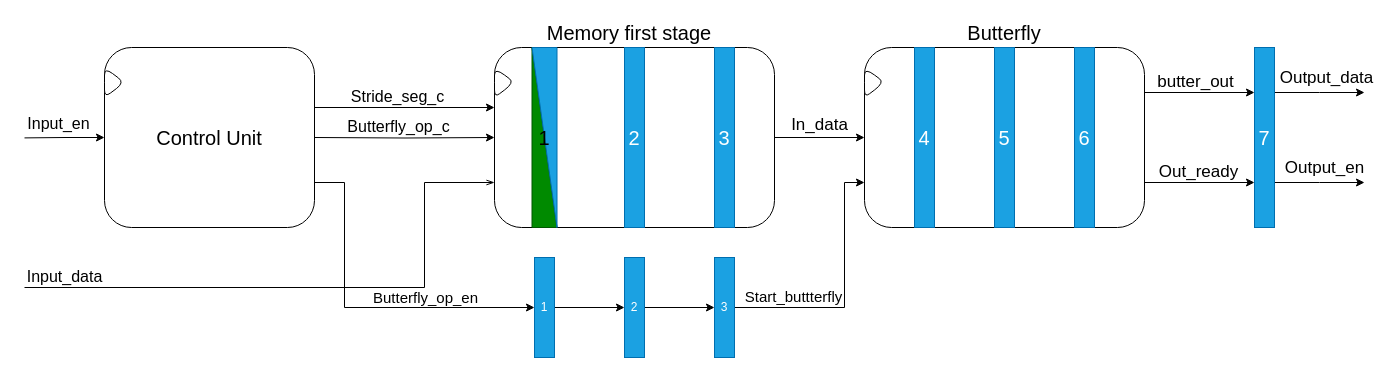
Before: Plots_draw/Split_radix_draws/first_stage_diagram.drawio in Chzerdalis/FFT_hardware_accelarator, a draw.io diagram. Source tidied: cells renumbered, new cells numbered last; positions are measured from the earlier drawing's top-left corner, leaving out a move shared by most shapes. Both pictures are drawn from the tidied source at 100%, with x=0, y=0 at pixel (24, 17).
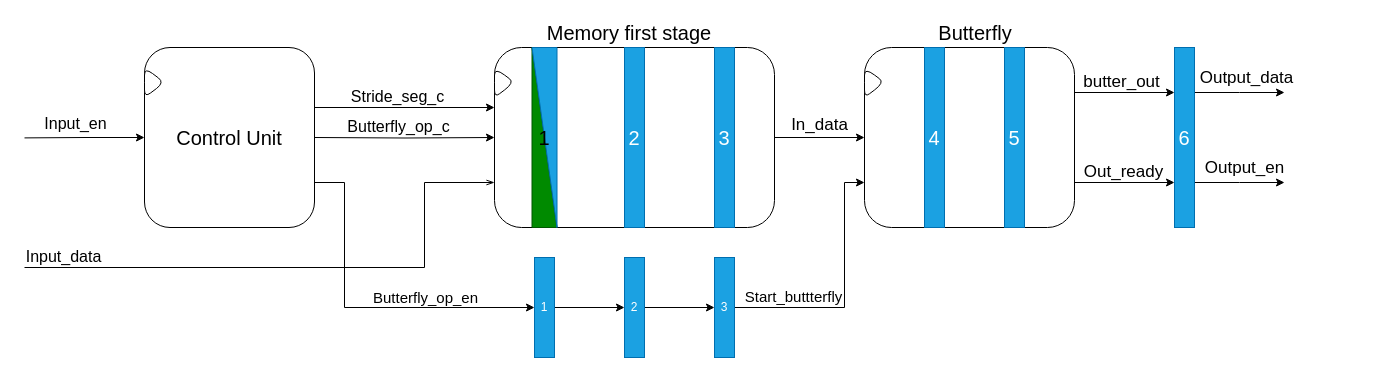
After the change.

Unchanged cells that the change refers to:
```xml
<mxCell id="14" style="rounded=1;whiteSpace=wrap;html=1;points=[[0,0,0,0,0],[0,0.25,0,0,0],[0,0.41,0,0,0],[0,0.58,0,0,0],[0,0.75,0,0,0],[0,1,0,0,0],[0.25,0,0,0,0],[0.25,1,0,0,0],[0.5,0,0,0,0],[0.5,1,0,0,0],[0.75,0,0,0,0],[0.75,1,0,0,0],[1,0,0,0,0],[1,0.25,0,0,0],[1,0.5,0,0,0],[1,0.75,0,0,0],[1,1,0,0,0]];labelBackgroundColor=none;" parent="1" vertex="1">
  <mxGeometry x="470" y="30" width="280" height="180" as="geometry" />
</mxCell>
```

Change to the diagram source:
```diff
@@
     <mxCell id="8" value="&lt;font style=&quot;font-size: 20px;&quot;&gt;Control Unit&lt;/font&gt;" style="rounded=1;whiteSpace=wrap;html=1;points=[[0,0,0,0,0],[0,0.25,0,0,0],[0,0.5,0,0,0],[0,0.75,0,0,0],[0,1,0,0,0],[0.25,0,0,0,0],[0.25,1,0,0,0],[0.5,0,0,0,0],[0.5,1,0,0,0],[0.75,0,0,0,0],[0.75,1,0,0,0],[1,0,0,0,0],[1,0.25,0,0,0],[1,0.37,0,0,0],[1,0.56,0,0,0],[1,0.75,0,0,0],[1,1,0,0,0]];labelBackgroundColor=none;" parent="1" vertex="1">
-      <mxGeometry x="80" y="30" width="210" height="180" as="geometry" />
+      <mxGeometry x="120" y="30" width="170" height="180" as="geometry" />
     </mxCell>
     <mxCell id="9" style="triangle;whiteSpace=wrap;html=1;rounded=1;labelBackgroundColor=none;" parent="1" vertex="1">
-      <mxGeometry x="80" y="50" width="20" height="30" as="geometry" />
+      <mxGeometry x="120" y="50" width="20" height="30" as="geometry" />
     </mxCell>
@@
     <mxCell id="12" style="edgeStyle=orthogonalEdgeStyle;rounded=0;jettySize=auto;html=1;exitX=0;exitY=0.75;exitDx=0;exitDy=0;exitPerimeter=0;startArrow=openThin;startFill=0;endArrow=none;endFill=0;labelBackgroundColor=none;" parent="1" edge="1" source="14">
       <mxGeometry relative="1" as="geometry">
-        <mxPoint y="270" as="targetPoint" />
+        <mxPoint y="250" as="targetPoint" />
         <Array as="points">
           <mxPoint x="400" y="165" />
-          <mxPoint x="400" y="270" />
-          <mxPoint y="270" />
+          <mxPoint x="400" y="250" />
+          <mxPoint y="250" />
         </Array>
       </mxGeometry>
     </mxCell>
@@
     <mxCell id="19" style="rounded=1;whiteSpace=wrap;html=1;labelBackgroundColor=none;" parent="1" vertex="1">
-      <mxGeometry x="840" y="30" width="280" height="180" as="geometry" />
+      <mxGeometry x="840" y="30" width="210" height="180" as="geometry" />
     </mxCell>
@@
-    <mxCell id="26" value="&lt;font style=&quot;font-size: 20px;&quot;&gt;5&lt;/font&gt;" style="rounded=0;whiteSpace=wrap;html=1;fillColor=#1ba1e2;fontColor=#ffffff;strokeColor=#006EAF;labelBackgroundColor=none;" parent="1" vertex="1">
-      <mxGeometry x="970" y="30" width="20" height="180" as="geometry" />
+    <mxCell id="26" value="&lt;font style=&quot;font-size: 20px;&quot;&gt;4&lt;/font&gt;" style="rounded=0;whiteSpace=wrap;html=1;fillColor=#1ba1e2;fontColor=#ffffff;strokeColor=#006EAF;labelBackgroundColor=none;" parent="1" vertex="1">
+      <mxGeometry x="900" y="30" width="20" height="180" as="geometry" />
     </mxCell>
-    <mxCell id="27" value="&lt;font style=&quot;font-size: 20px;&quot;&gt;6&lt;/font&gt;" style="rounded=0;whiteSpace=wrap;html=1;fillColor=#1ba1e2;fontColor=#ffffff;strokeColor=#006EAF;labelBackgroundColor=none;" parent="1" vertex="1">
-      <mxGeometry x="1050" y="30" width="20" height="180" as="geometry" />
+    <mxCell id="27" value="&lt;font style=&quot;font-size: 20px;&quot;&gt;5&lt;/font&gt;" style="rounded=0;whiteSpace=wrap;html=1;fillColor=#1ba1e2;fontColor=#ffffff;strokeColor=#006EAF;labelBackgroundColor=none;" parent="1" vertex="1">
+      <mxGeometry x="980" y="30" width="20" height="180" as="geometry" />
     </mxCell>
@@
     <mxCell id="35" style="edgeStyle=orthogonalEdgeStyle;rounded=0;jettySize=auto;html=1;exitX=1;exitY=0.25;exitDx=0;exitDy=0;labelBackgroundColor=none;" parent="1" edge="1" source="39">
       <mxGeometry relative="1" as="geometry">
-        <mxPoint x="1340" y="75" as="targetPoint" />
+        <mxPoint x="1260" y="75" as="targetPoint" />
       </mxGeometry>
     </mxCell>
@@
     <mxCell id="37" style="edgeStyle=orthogonalEdgeStyle;rounded=0;jettySize=auto;html=1;exitX=1;exitY=0.75;exitDx=0;exitDy=0;labelBackgroundColor=none;" parent="1" edge="1" source="39">
       <mxGeometry relative="1" as="geometry">
-        <mxPoint x="1340" y="165" as="targetPoint" />
+        <mxPoint x="1260" y="165" as="targetPoint" />
       </mxGeometry>
     </mxCell>
@@
-    <mxCell id="39" value="&lt;font style=&quot;font-size: 20px;&quot;&gt;7&lt;/font&gt;" style="rounded=0;whiteSpace=wrap;html=1;fillColor=#1ba1e2;fontColor=#ffffff;strokeColor=#006EAF;labelBackgroundColor=none;" parent="1" vertex="1">
-      <mxGeometry x="1230" y="30" width="20" height="180" as="geometry" />
+    <mxCell id="39" value="&lt;font style=&quot;font-size: 20px;&quot;&gt;6&lt;/font&gt;" style="rounded=0;whiteSpace=wrap;html=1;fillColor=#1ba1e2;fontColor=#ffffff;strokeColor=#006EAF;labelBackgroundColor=none;" parent="1" vertex="1">
+      <mxGeometry x="1150" y="30" width="20" height="180" as="geometry" />
     </mxCell>
@@
     <mxCell id="43" value="&lt;font style=&quot;font-size: 20px;&quot;&gt;Butterfly&lt;/font&gt;" style="text;html=1;whiteSpace=wrap;strokeColor=none;fillColor=none;align=center;verticalAlign=middle;rounded=0;labelBackgroundColor=none;" parent="1" vertex="1">
-      <mxGeometry x="950" width="60" height="30" as="geometry" />
+      <mxGeometry x="921" width="60" height="30" as="geometry" />
     </mxCell>
@@
-    <mxCell id="45" value="&lt;font style=&quot;font-size: 20px;&quot;&gt;4&lt;/font&gt;" style="rounded=0;whiteSpace=wrap;html=1;fillColor=#1ba1e2;fontColor=#ffffff;strokeColor=#006EAF;labelBackgroundColor=none;" parent="1" vertex="1">
-      <mxGeometry x="890" y="30" width="20" height="180" as="geometry" />
-    </mxCell>
```
